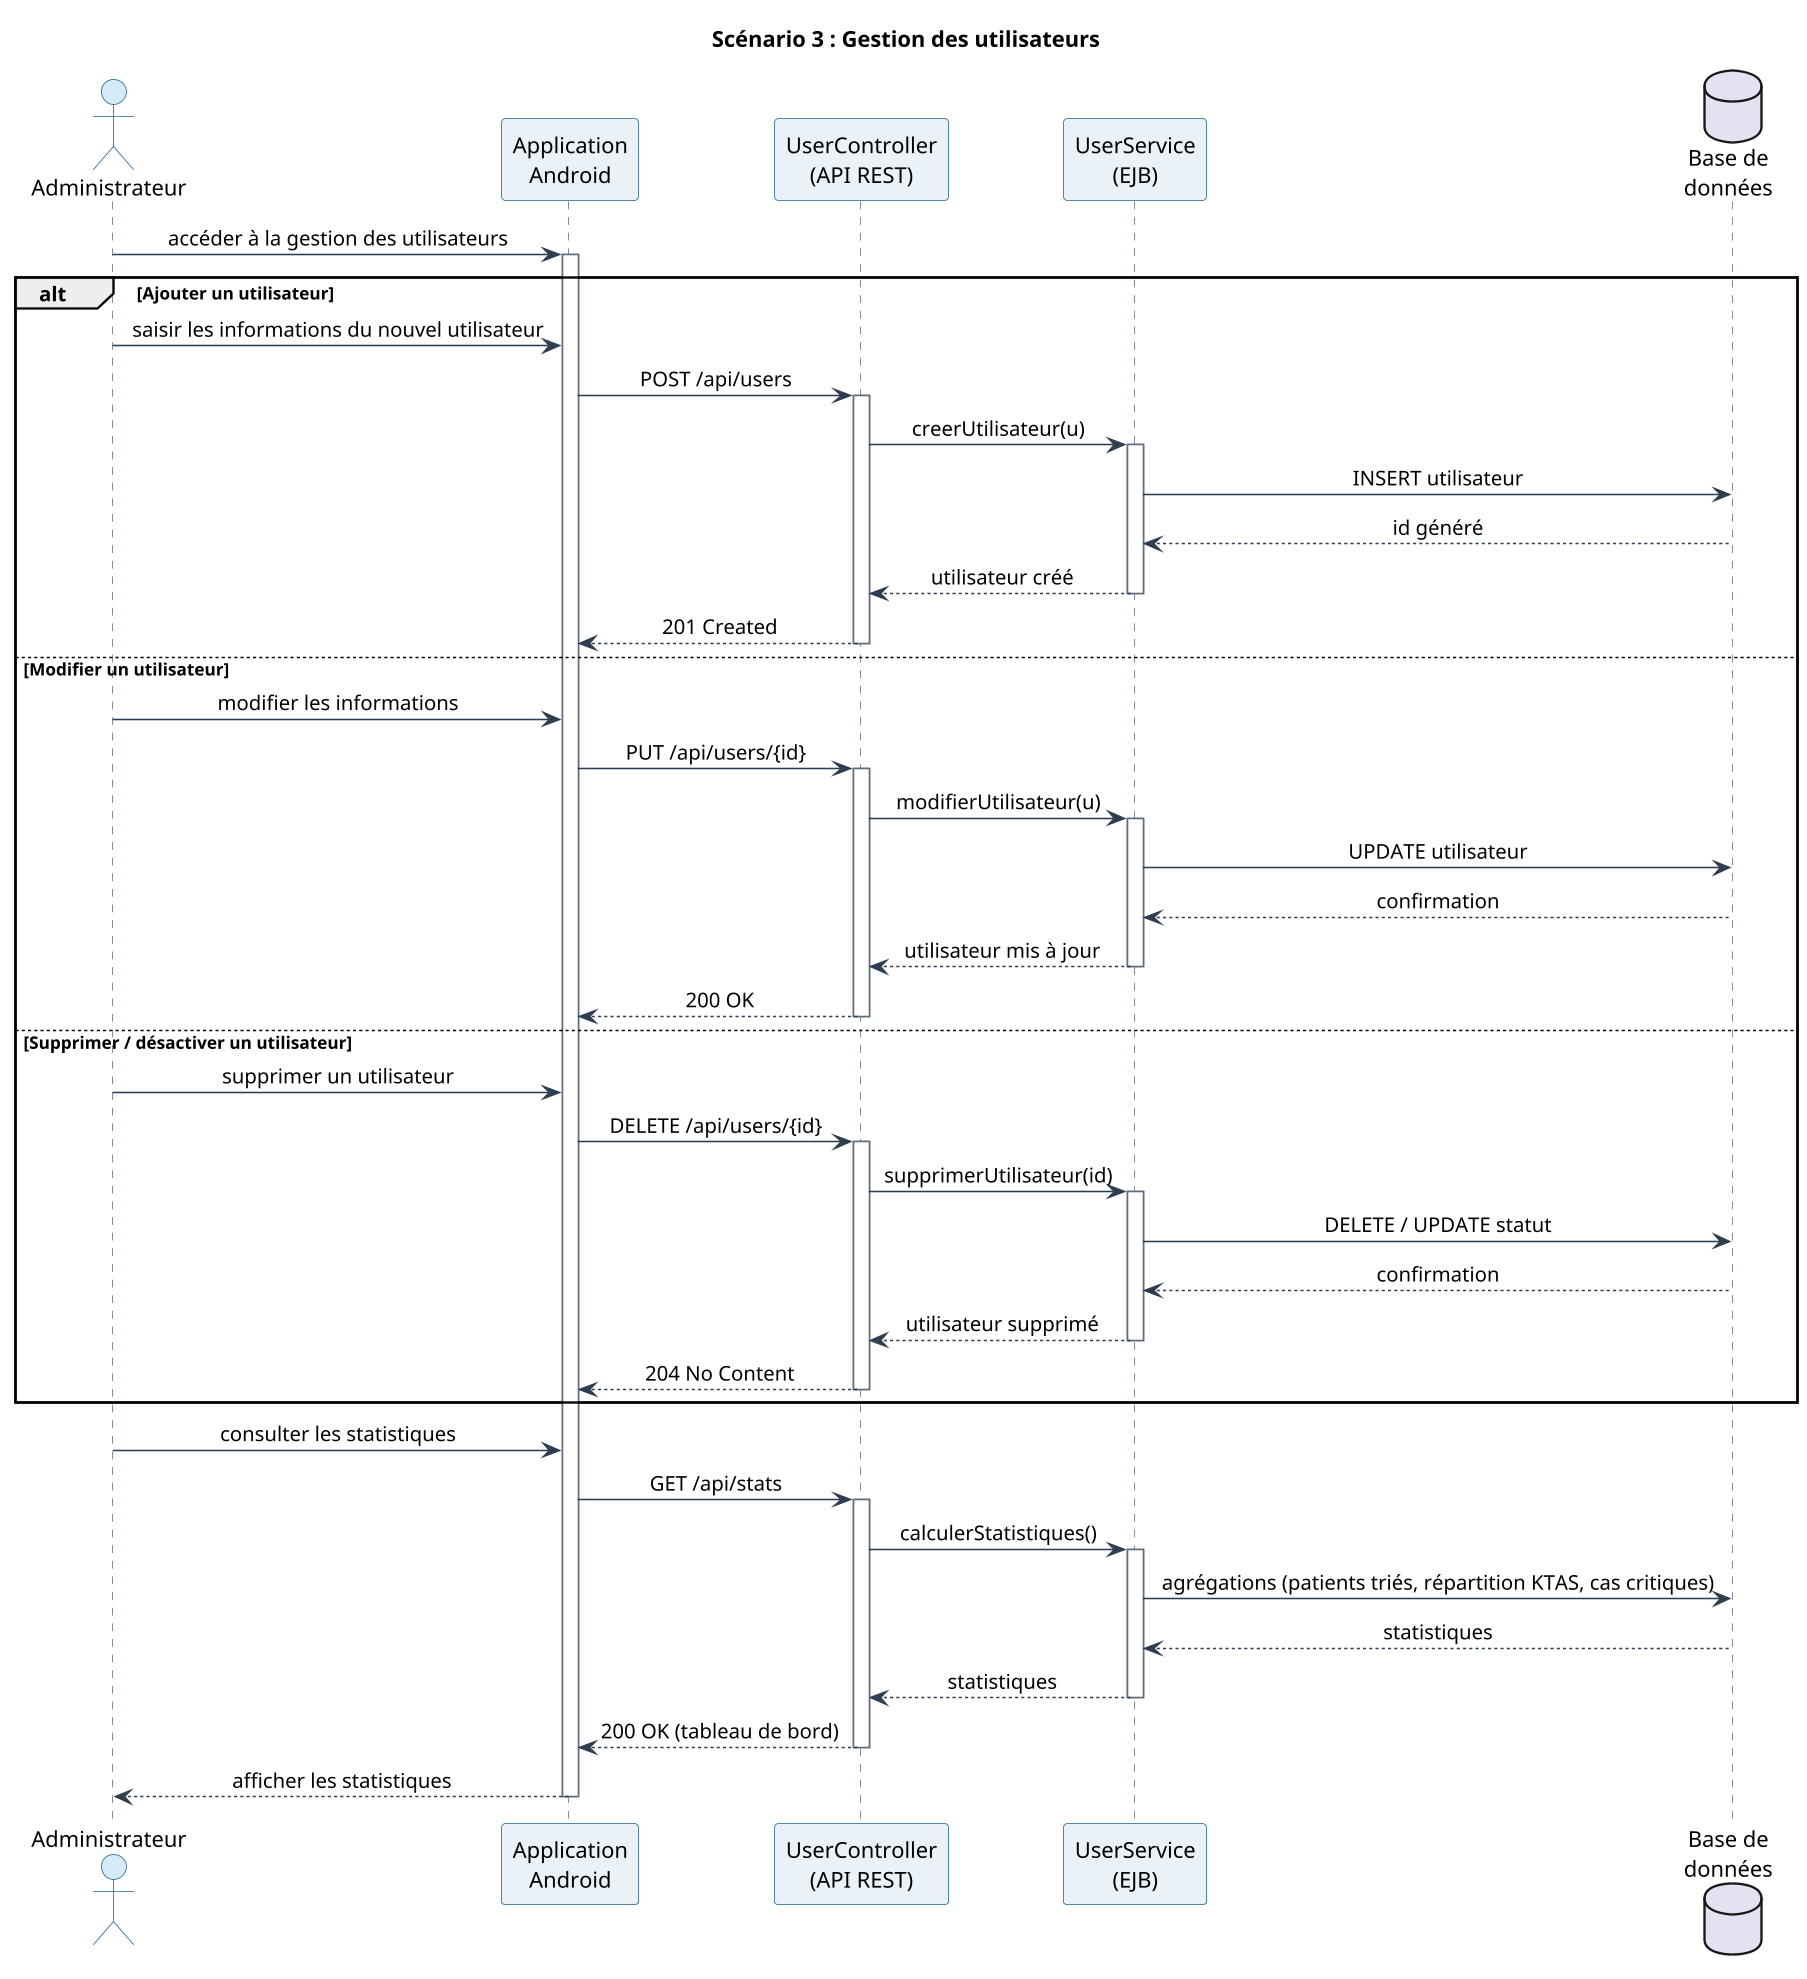
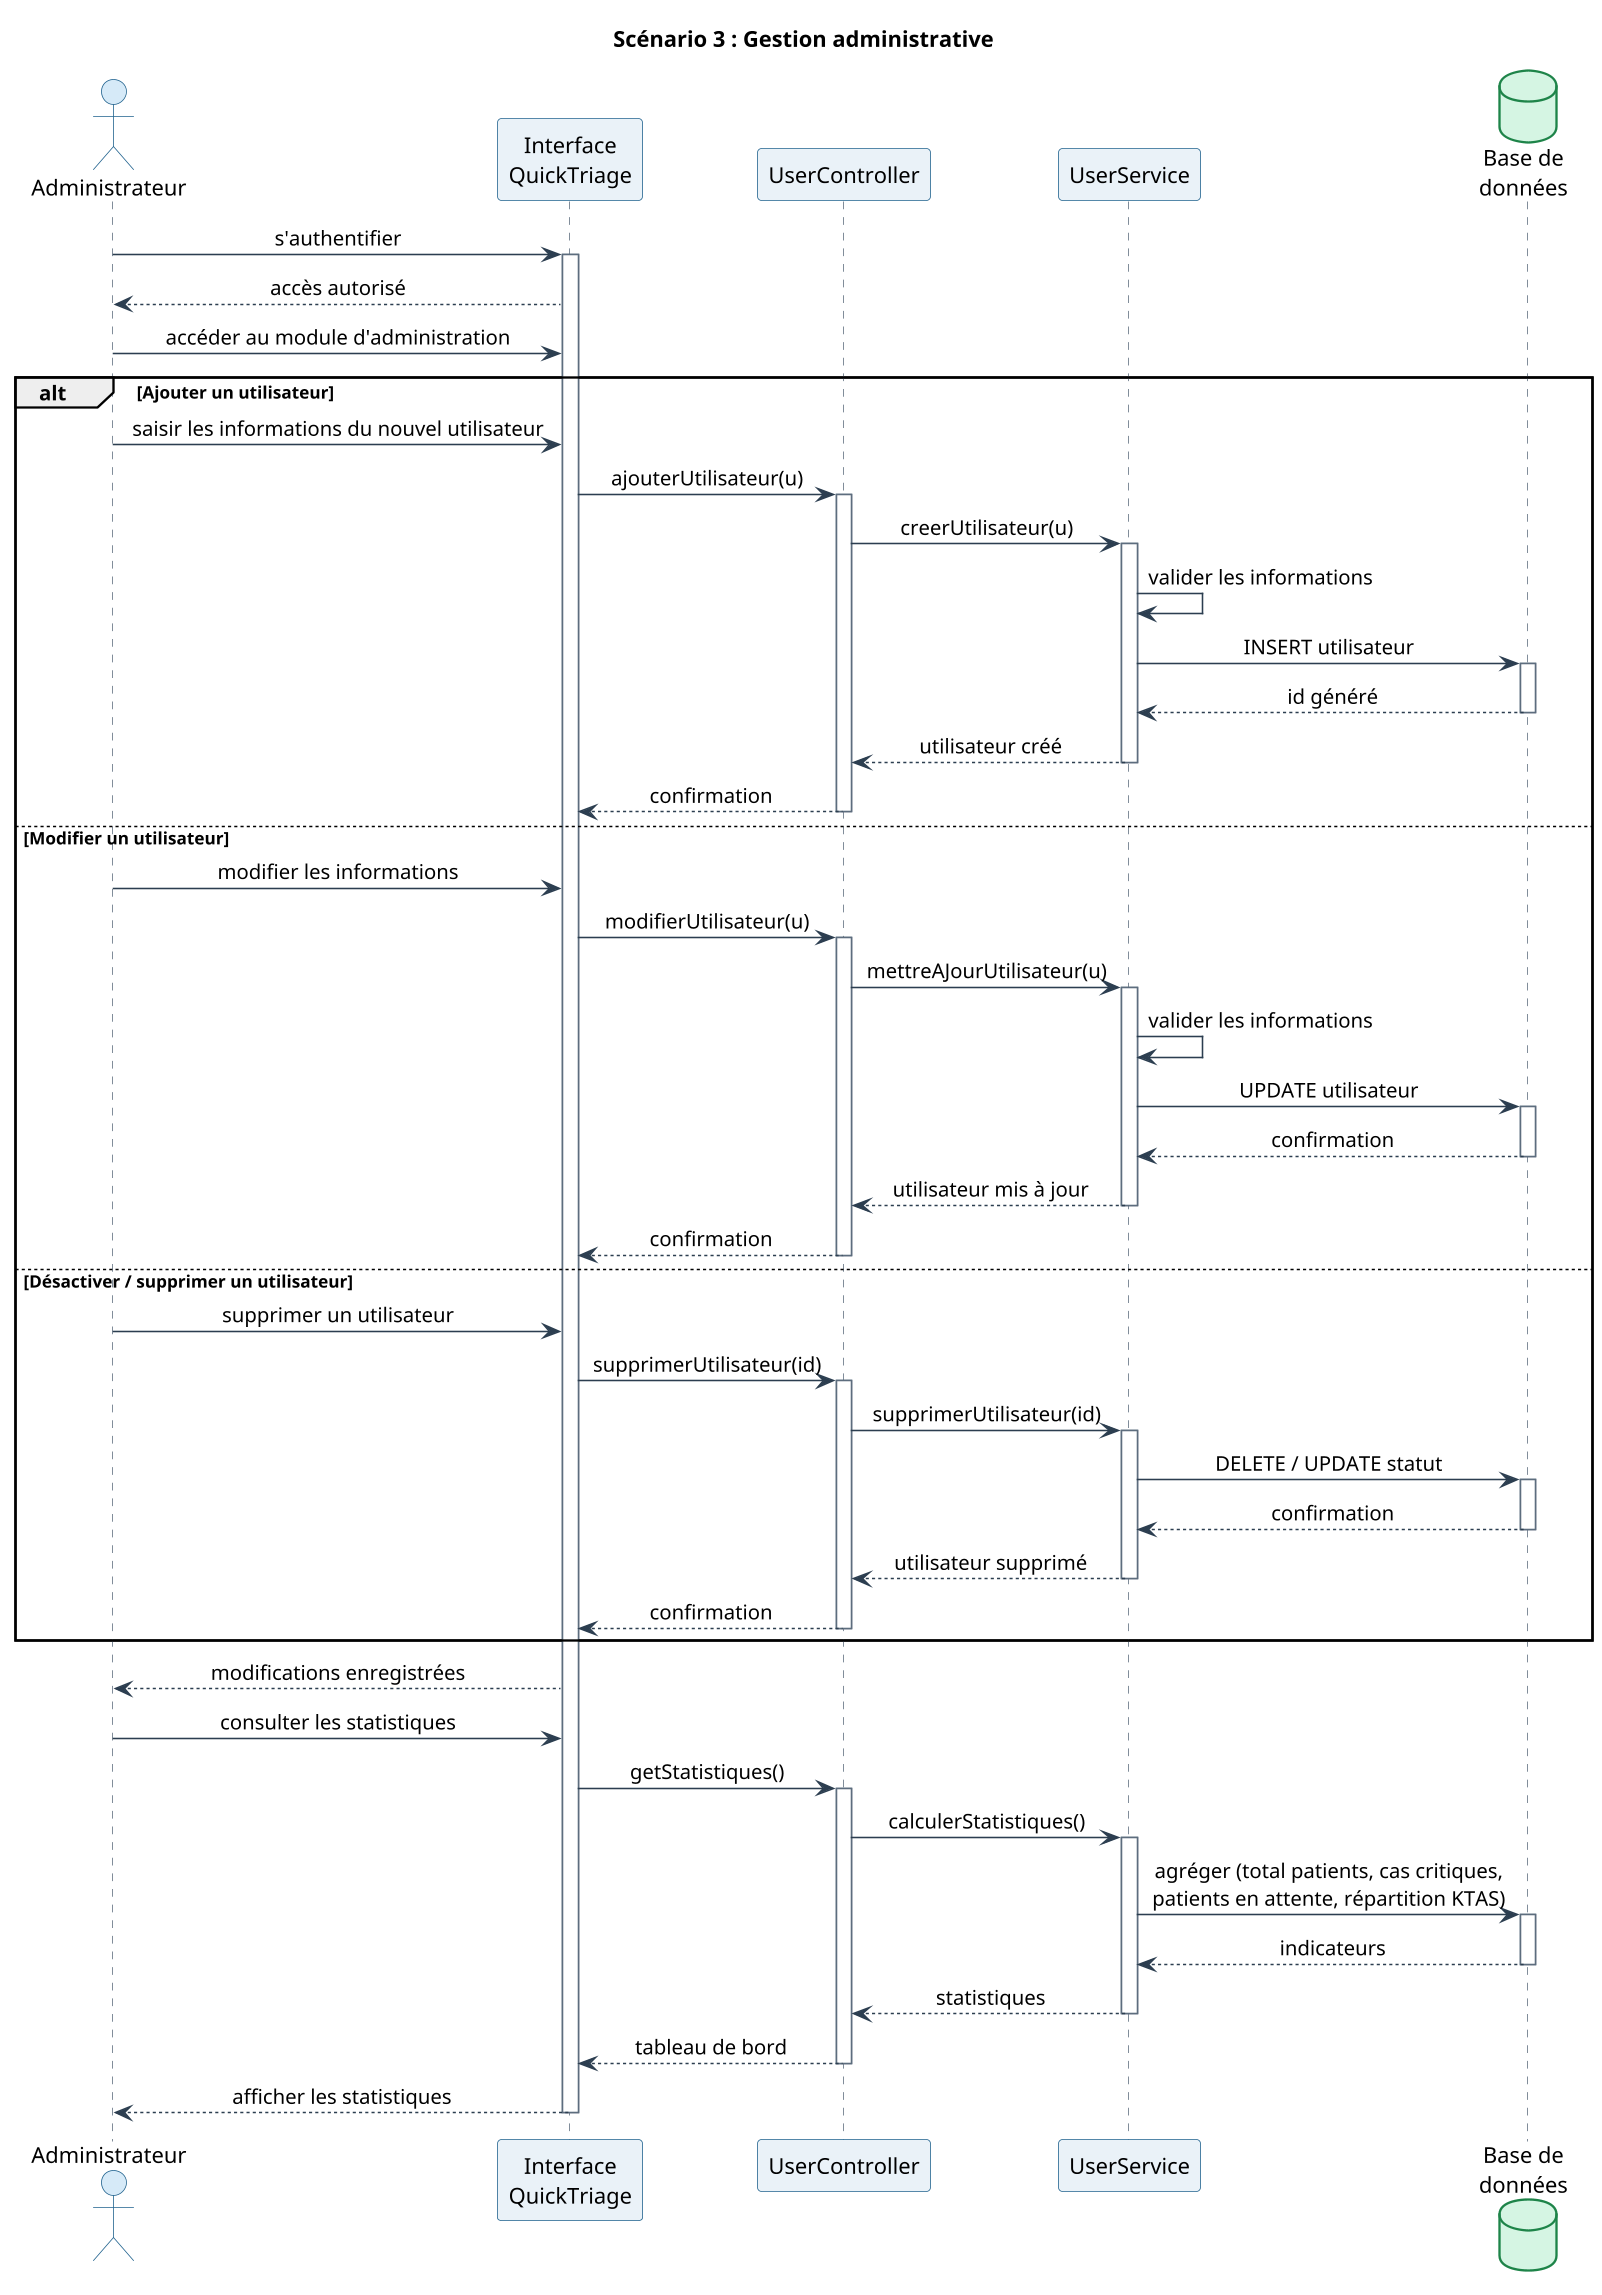
@startuml seq_rest
- title Scénario 3 : Gestion des utilisateurs
+ title Scénario 3 : Gestion administrative
skinparam dpi 150
skinparam shadowing false
skinparam defaultFontName Helvetica
skinparam sequenceMessageAlign center
skinparam ParticipantBackgroundColor #EAF2F8
skinparam ParticipantBorderColor #1F618D
skinparam ActorBackgroundColor #D6EAF8
skinparam ActorBorderColor #1F618D
+ skinparam DatabaseBackgroundColor #D5F5E3
+ skinparam DatabaseBorderColor #1E8449
skinparam SequenceLifeLineBorderColor #5D6D7E
skinparam ArrowColor #2C3E50

actor "Administrateur" as Admin
- participant "Application\nAndroid" as App
- participant "UserController\n(API REST)" as Ctrl
- participant "UserService\n(EJB)" as Svc
+ participant "Interface\nQuickTriage" as UI
+ participant "UserController" as Ctrl
+ participant "UserService" as Svc
database "Base de\ndonnées" as DB

- Admin -> App : accéder à la gestion des utilisateurs
- activate App
+ Admin -> UI : s'authentifier
+ activate UI
+ UI --> Admin : accès autorisé
+ 
+ Admin -> UI : accéder au module d'administration

alt Ajouter un utilisateur
-   Admin -> App : saisir les informations du nouvel utilisateur
-   App -> Ctrl : POST /api/users
+   Admin -> UI : saisir les informations du nouvel utilisateur
+   UI -> Ctrl : ajouterUtilisateur(u)
  activate Ctrl
  Ctrl -> Svc : creerUtilisateur(u)
  activate Svc
+   Svc -> Svc : valider les informations
  Svc -> DB : INSERT utilisateur
+   activate DB
  DB --> Svc : id généré
+   deactivate DB
  Svc --> Ctrl : utilisateur créé
  deactivate Svc
-   Ctrl --> App : 201 Created
+   Ctrl --> UI : confirmation
  deactivate Ctrl

else Modifier un utilisateur
-   Admin -> App : modifier les informations
-   App -> Ctrl : PUT /api/users/{id}
+   Admin -> UI : modifier les informations
+   UI -> Ctrl : modifierUtilisateur(u)
  activate Ctrl
-   Ctrl -> Svc : modifierUtilisateur(u)
+   Ctrl -> Svc : mettreAJourUtilisateur(u)
  activate Svc
+   Svc -> Svc : valider les informations
  Svc -> DB : UPDATE utilisateur
+   activate DB
  DB --> Svc : confirmation
+   deactivate DB
  Svc --> Ctrl : utilisateur mis à jour
  deactivate Svc
-   Ctrl --> App : 200 OK
+   Ctrl --> UI : confirmation
  deactivate Ctrl

- else Supprimer / désactiver un utilisateur
-   Admin -> App : supprimer un utilisateur
-   App -> Ctrl : DELETE /api/users/{id}
+ else Désactiver / supprimer un utilisateur
+   Admin -> UI : supprimer un utilisateur
+   UI -> Ctrl : supprimerUtilisateur(id)
  activate Ctrl
  Ctrl -> Svc : supprimerUtilisateur(id)
  activate Svc
  Svc -> DB : DELETE / UPDATE statut
+   activate DB
  DB --> Svc : confirmation
+   deactivate DB
  Svc --> Ctrl : utilisateur supprimé
  deactivate Svc
-   Ctrl --> App : 204 No Content
+   Ctrl --> UI : confirmation
  deactivate Ctrl
end

- Admin -> App : consulter les statistiques
- App -> Ctrl : GET /api/stats
+ UI --> Admin : modifications enregistrées
+ 
+ Admin -> UI : consulter les statistiques
+ UI -> Ctrl : getStatistiques()
activate Ctrl
Ctrl -> Svc : calculerStatistiques()
activate Svc
- Svc -> DB : agrégations (patients triés, répartition KTAS, cas critiques)
- DB --> Svc : statistiques
+ Svc -> DB : agréger (total patients, cas critiques,\npatients en attente, répartition KTAS)
+ activate DB
+ DB --> Svc : indicateurs
+ deactivate DB
Svc --> Ctrl : statistiques
deactivate Svc
- Ctrl --> App : 200 OK (tableau de bord)
+ Ctrl --> UI : tableau de bord
deactivate Ctrl
- App --> Admin : afficher les statistiques
- deactivate App
+ UI --> Admin : afficher les statistiques
+ deactivate UI
@enduml
